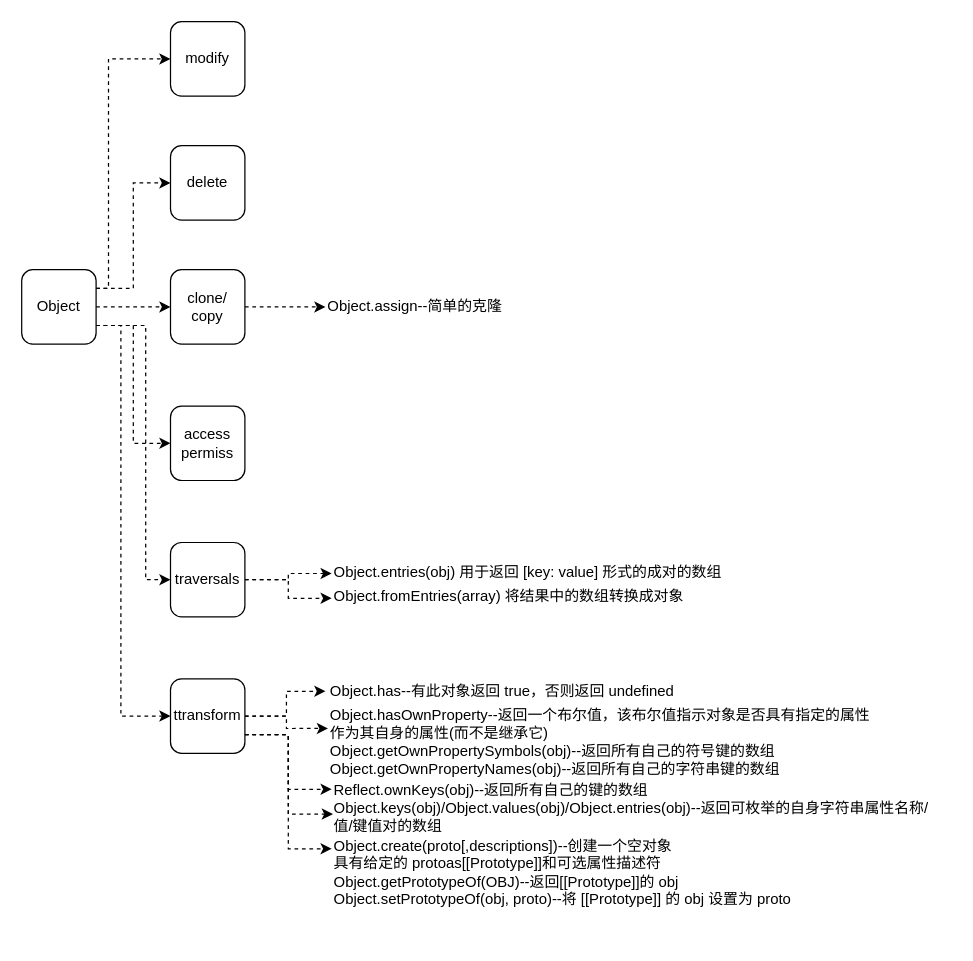
The draw.io diagram page "Object" (2 of 4) of background-flutter/JS难点/Func/Arr/Obj.drawio in hexipei/draw.io, before the edit. Source tidied: cells renumbered, new cells numbered last; positions are measured from the earlier drawing's top-left corner, leaving out a move shared by most shapes. Both pictures are drawn from the tidied source at 124%, with x=0, y=0 at pixel (21, 21).
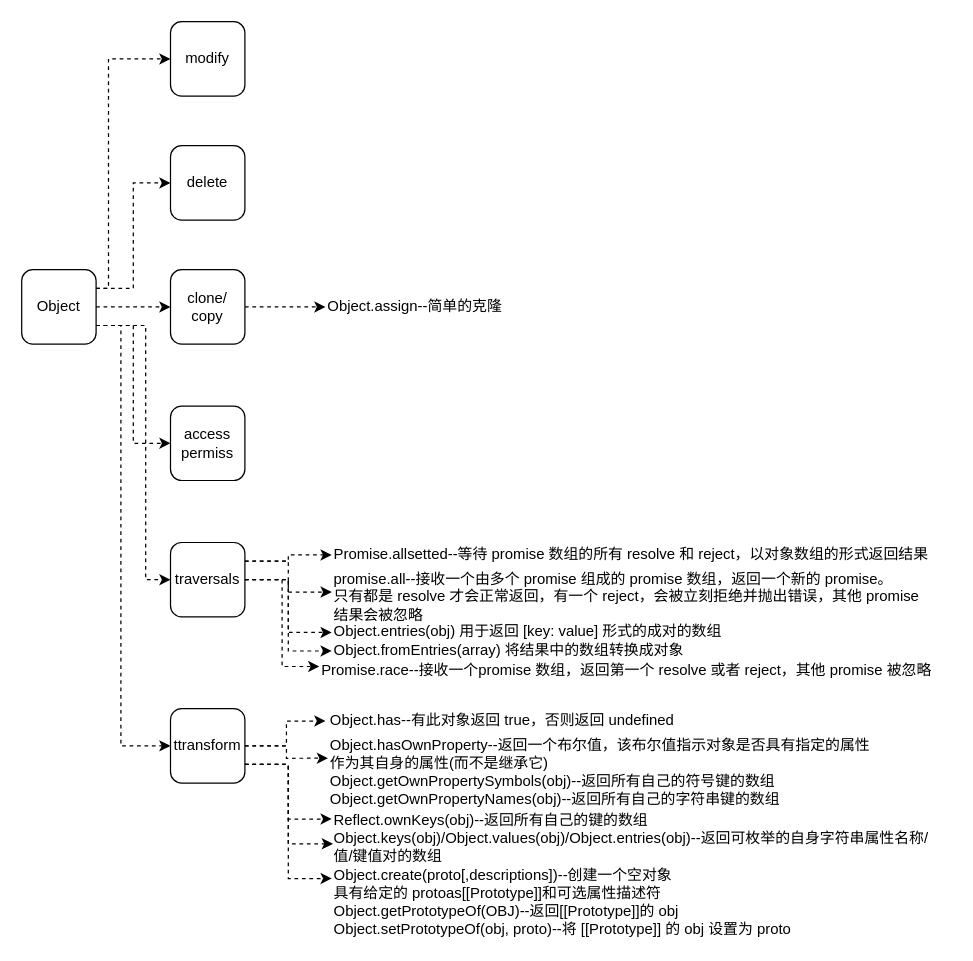
The same page after the edit.

Unchanged cells that the change refers to:
```xml
<mxCell id="8" value="Object" style="rounded=1;whiteSpace=wrap;html=1;" parent="1" vertex="1">
  <mxGeometry y="200" width="60" height="60" as="geometry" />
</mxCell>
<mxCell id="17" value="traversals" style="rounded=1;whiteSpace=wrap;html=1;" parent="1" vertex="1">
  <mxGeometry x="120" y="420" width="60" height="60" as="geometry" />
</mxCell>
```

What changed in the source:
```diff
@@
     <mxCell id="7" style="edgeStyle=orthogonalEdgeStyle;rounded=0;jettySize=auto;html=1;exitX=1;exitY=0.75;exitDx=0;exitDy=0;entryX=0;entryY=0.5;entryDx=0;entryDy=0;dashed=1;" parent="1" edge="1" source="8" target="23">
       <mxGeometry relative="1" as="geometry">
         <Array as="points">
           <mxPoint x="80" y="245" />
-          <mxPoint x="80" y="560" />
+          <mxPoint x="80" y="584" />
         </Array>
       </mxGeometry>
     </mxCell>
@@
+    <mxCell id="31" style="edgeStyle=orthogonalEdgeStyle;rounded=0;jettySize=auto;html=1;exitX=1;exitY=0.25;exitDx=0;exitDy=0;dashed=1;" parent="1" edge="1" source="17" target="34">
+      <mxGeometry relative="1" as="geometry" />
+    </mxCell>
+    <mxCell id="32" style="edgeStyle=orthogonalEdgeStyle;rounded=0;jettySize=auto;html=1;exitX=1;exitY=0.5;exitDx=0;exitDy=0;entryX=0;entryY=0.375;entryDx=0;entryDy=0;entryPerimeter=0;dashed=1;" parent="1" edge="1" source="17" target="36">
+      <mxGeometry relative="1" as="geometry" />
+    </mxCell>
+    <mxCell id="33" style="edgeStyle=orthogonalEdgeStyle;rounded=0;jettySize=auto;html=1;exitX=1;exitY=0.25;exitDx=0;exitDy=0;entryX=0;entryY=0.5;entryDx=0;entryDy=0;entryPerimeter=0;dashed=1;" parent="1" edge="1" source="17" target="35">
+      <mxGeometry relative="1" as="geometry" />
+    </mxCell>
@@
     <mxCell id="23" value="ttransform" style="rounded=1;whiteSpace=wrap;html=1;" parent="1" vertex="1">
-      <mxGeometry x="120" y="530" width="60" height="60" as="geometry" />
+      <mxGeometry x="120" y="554" width="60" height="60" as="geometry" />
     </mxCell>
     <mxCell id="24" value="Object.entries(obj) 用于返回 [key: value] 形式的成对的数组" style="text;html=1;" parent="1" vertex="1">
-      <mxGeometry x="250" y="430" width="340" height="30" as="geometry" />
+      <mxGeometry x="250" y="477.5" width="340" height="30" as="geometry" />
     </mxCell>
     <mxCell id="25" value="Object.fromEntries(array) 将结果中的数组转换成对象" style="text;html=1;" parent="1" vertex="1">
-      <mxGeometry x="250" y="450" width="310" height="30" as="geometry" />
+      <mxGeometry x="250" y="492.5" width="310" height="30" as="geometry" />
     </mxCell>
     <mxCell id="26" value="Object.has--有此对象返回 true，否则返回 undefined" style="text;html=1;points=[];align=left;verticalAlign=top;spacingTop=-4;" parent="1" vertex="1">
-      <mxGeometry x="247" y="530" width="290" height="20" as="geometry" />
+      <mxGeometry x="247" y="554" width="290" height="20" as="geometry" />
     </mxCell>
     <mxCell id="27" value="Object.hasOwnProperty--返回一个布尔值，该布尔值指示对象是否具有指定的属性&lt;br&gt;作为其自身的属性(而不是继承它)&lt;br&gt;Object.getOwnPropertySymbols(obj)--返回所有自己的符号键的数组&lt;br&gt;Object.getOwnPropertyNames(obj)--返回所有自己的字符串键的数组" style="text;html=1;points=[];align=left;verticalAlign=top;spacingTop=-4;" parent="1" vertex="1">
-      <mxGeometry x="247" y="550" width="450" height="60" as="geometry" />
+      <mxGeometry x="247" y="574" width="450" height="60" as="geometry" />
     </mxCell>
     <mxCell id="28" value="Object.create(proto[,descriptions])--创建一个空对象&lt;br&gt;具有给定的 protoas[[Prototype]]和可选属性描述符&lt;br&gt;Object.getPrototypeOf(OBJ)--返回[[Prototype]]的 obj&lt;br&gt;Object.setPrototypeOf(obj, proto)--将 [[Prototype]] 的 obj 设置为 proto" style="text;html=1;points=[];align=left;verticalAlign=top;spacingTop=-4;" parent="1" vertex="1">
-      <mxGeometry x="250" y="655" width="380" height="60" as="geometry" />
+      <mxGeometry x="250" y="679" width="380" height="60" as="geometry" />
     </mxCell>
     <mxCell id="29" value="Object.keys(obj)/Object.values(obj)/Object.entries(obj)--返回可枚举的自身字符串属性名称/&lt;br&gt;值/键值对的数组&lt;br&gt;" style="text;html=1;points=[];align=left;verticalAlign=top;spacingTop=-4;" parent="1" vertex="1">
-      <mxGeometry x="250" y="625" width="490" height="30" as="geometry" />
+      <mxGeometry x="250" y="649" width="490" height="30" as="geometry" />
     </mxCell>
     <mxCell id="30" value="Reflect.ownKeys(obj)--返回所有自己的键的数组" style="text;html=1;points=[];align=left;verticalAlign=top;spacingTop=-4;" parent="1" vertex="1">
-      <mxGeometry x="250" y="610" width="270" height="20" as="geometry" />
+      <mxGeometry x="250" y="634" width="270" height="20" as="geometry" />
     </mxCell>
+    <mxCell id="34" value="promise.all--接收一个由多个 promise 组成的 promise 数组，返回一个新的 promise。&lt;br&gt;只有都是 resolve 才会正常返回，有一个 reject，会被立刻拒绝并抛出错误，其他 promise&lt;br&gt;结果会被忽略" style="text;html=1;points=[];align=left;verticalAlign=top;spacingTop=-4;" parent="1" vertex="1">
+      <mxGeometry x="250" y="440" width="490" height="40" as="geometry" />
+    </mxCell>
+    <mxCell id="35" value="Promise.allsetted--等待 promise 数组的所有 resolve 和 reject，以对象数组的形式返回结果" style="text;html=1;points=[];align=left;verticalAlign=top;spacingTop=-4;" parent="1" vertex="1">
+      <mxGeometry x="250" y="420" width="490" height="20" as="geometry" />
+    </mxCell>
+    <mxCell id="36" value="Promise.race--接收一个promise 数组，返回第一个 resolve 或者 reject，其他 promise 被忽略" style="text;html=1;points=[];align=left;verticalAlign=top;spacingTop=-4;" parent="1" vertex="1">
+      <mxGeometry x="240" y="512.5" width="510" height="20" as="geometry" />
+    </mxCell>
```
